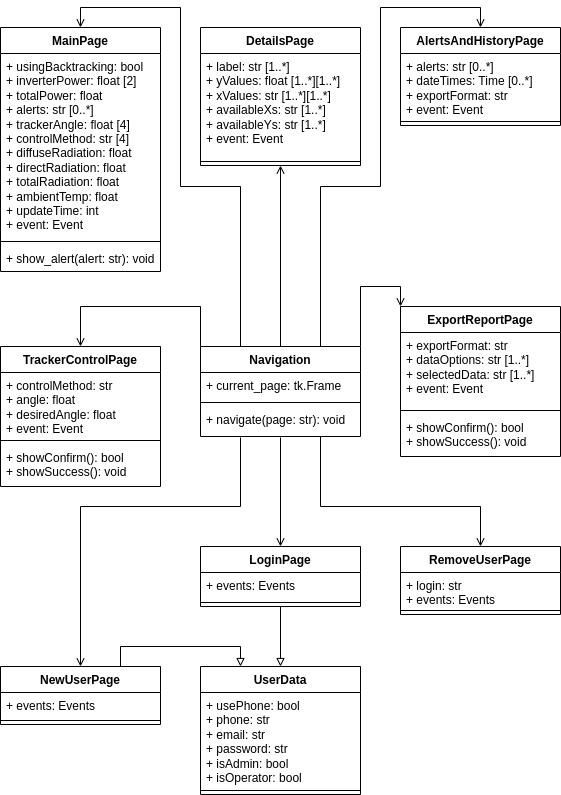
Above: diagrama de classes - view.drawio.png in jaedson-barbosa/supervisorio-solar-ufpb-docs (draw.io), before the change. Source tidied: cells renumbered, new cells last; positions are measured from the earlier drawing's top-left corner, leaving out a move shared by most shapes.
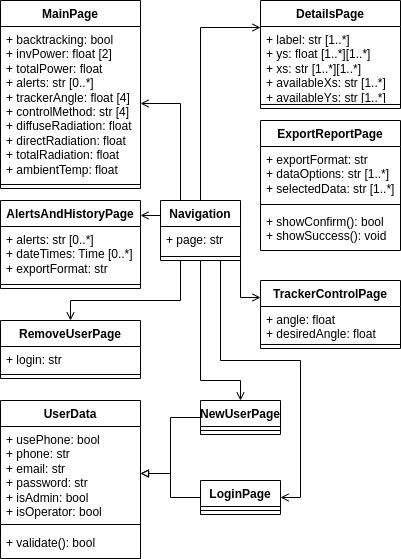
The same diagram one commit later.

What changed in the source:
```diff
@@ -2,171 +2,138 @@
   <root>
     <mxCell id="0" />
     <mxCell id="1" parent="0" />
-    <mxCell id="2" style="edgeStyle=orthogonalEdgeStyle;rounded=0;jettySize=auto;html=1;exitX=0.25;exitY=0;exitDx=0;exitDy=0;entryX=0.5;entryY=0;entryDx=0;entryDy=0;endArrow=open;endFill=0;" parent="1" edge="1" source="7" target="23">
-      <mxGeometry relative="1" as="geometry">
-        <Array as="points">
-          <mxPoint x="240" y="179" />
-          <mxPoint x="180" y="179" />
-          <mxPoint x="180" />
-          <mxPoint x="80" />
-        </Array>
-      </mxGeometry>
-    </mxCell>
-    <mxCell id="3" style="edgeStyle=orthogonalEdgeStyle;rounded=0;jettySize=auto;html=1;exitX=0.75;exitY=0;exitDx=0;exitDy=0;entryX=0.5;entryY=0;entryDx=0;entryDy=0;endArrow=open;endFill=0;" parent="1" edge="1" source="7" target="20">
-      <mxGeometry relative="1" as="geometry">
-        <Array as="points">
-          <mxPoint x="320" y="179" />
-          <mxPoint x="380" y="179" />
-          <mxPoint x="380" />
-          <mxPoint x="480" />
-        </Array>
-      </mxGeometry>
+    <mxCell id="3" style="edgeStyle=orthogonalEdgeStyle;rounded=0;jettySize=auto;html=1;exitX=0;exitY=0.25;exitDx=0;exitDy=0;entryX=1;entryY=0.17;entryDx=0;entryDy=0;entryPerimeter=0;endArrow=open;endFill=0;" parent="1" edge="1" source="7" target="20">
+      <mxGeometry relative="1" as="geometry" />
     </mxCell>
-    <mxCell id="4" style="edgeStyle=orthogonalEdgeStyle;rounded=0;jettySize=auto;html=1;exitX=0.5;exitY=0;exitDx=0;exitDy=0;entryX=0.5;entryY=1;entryDx=0;entryDy=0;endArrow=open;endFill=0;" parent="1" edge="1" source="7" target="27">
+    <mxCell id="4" style="edgeStyle=orthogonalEdgeStyle;rounded=0;jettySize=auto;html=1;exitX=0.5;exitY=0;exitDx=0;exitDy=0;entryX=0;entryY=0.25;entryDx=0;entryDy=0;endArrow=open;endFill=0;" parent="1" edge="1" source="7" target="27">
       <mxGeometry relative="1" as="geometry" />
     </mxCell>
-    <mxCell id="5" style="edgeStyle=orthogonalEdgeStyle;rounded=0;jettySize=auto;html=1;exitX=1;exitY=0;exitDx=0;exitDy=0;entryX=0;entryY=0;entryDx=0;entryDy=0;endArrow=open;endFill=0;" parent="1" edge="1" source="7" target="33">
-      <mxGeometry relative="1" as="geometry">
-        <Array as="points">
-          <mxPoint x="360" y="279" />
-          <mxPoint x="400" y="279" />
-        </Array>
-      </mxGeometry>
-    </mxCell>
+    <mxCell id="46" style="edgeStyle=orthogonalEdgeStyle;rounded=0;jettySize=auto;html=1;exitX=0.25;exitY=0;exitDx=0;exitDy=0;entryX=1;entryY=0.5;entryDx=0;entryDy=0;endArrow=open;endFill=0;" parent="1" edge="1" source="7" target="24">
+      <mxGeometry relative="1" as="geometry" />
+    </mxCell>
-    <mxCell id="6" style="edgeStyle=orthogonalEdgeStyle;rounded=0;jettySize=auto;html=1;exitX=0;exitY=0;exitDx=0;exitDy=0;entryX=0.5;entryY=0;entryDx=0;entryDy=0;endArrow=open;endFill=0;" parent="1" edge="1" source="7" target="42">
-      <mxGeometry relative="1" as="geometry">
-        <Array as="points">
-          <mxPoint x="200" y="299" />
-          <mxPoint x="80" y="299" />
-        </Array>
-      </mxGeometry>
+    <mxCell id="6" style="edgeStyle=orthogonalEdgeStyle;rounded=0;jettySize=auto;html=1;exitX=1;exitY=1;exitDx=0;exitDy=0;entryX=0;entryY=0.25;entryDx=0;entryDy=0;endArrow=open;endFill=0;" parent="1" edge="1" source="7" target="42">
+      <mxGeometry relative="1" as="geometry" />
     </mxCell>
+    <mxCell id="47" style="edgeStyle=orthogonalEdgeStyle;rounded=0;jettySize=auto;html=1;exitX=0.75;exitY=1;exitDx=0;exitDy=0;entryX=1;entryY=0.5;entryDx=0;entryDy=0;endArrow=open;endFill=0;" parent="1" edge="1" source="7" target="39">
+      <mxGeometry relative="1" as="geometry">
+        <Array as="points">
+          <mxPoint x="220" y="339" />
+          <mxPoint x="300" y="339" />
+          <mxPoint x="300" y="476" />
+        </Array>
+      </mxGeometry>
+    </mxCell>
+    <mxCell id="48" style="edgeStyle=orthogonalEdgeStyle;rounded=0;jettySize=auto;html=1;exitX=0.5;exitY=1;exitDx=0;exitDy=0;endArrow=open;endFill=0;" parent="1" edge="1" source="7" target="17">
+      <mxGeometry relative="1" as="geometry">
+        <Array as="points">
+          <mxPoint x="200" y="359" />
+          <mxPoint x="240" y="359" />
+        </Array>
+      </mxGeometry>
+    </mxCell>
+    <mxCell id="49" style="edgeStyle=orthogonalEdgeStyle;rounded=0;jettySize=auto;html=1;exitX=0.25;exitY=1;exitDx=0;exitDy=0;entryX=0.5;entryY=0;entryDx=0;entryDy=0;endArrow=open;endFill=0;" parent="1" edge="1" source="7" target="12">
+      <mxGeometry relative="1" as="geometry">
+        <Array as="points">
+          <mxPoint x="180" y="279" />
+          <mxPoint x="70" y="279" />
+        </Array>
+      </mxGeometry>
+    </mxCell>
     <mxCell id="7" value="Navigation" style="swimlane;fontStyle=1;align=center;verticalAlign=top;horizontal=1;startSize=26;whiteSpace=wrap;html=1;" parent="1" vertex="1">
-      <mxGeometry x="200" y="339" width="160" height="90" as="geometry" />
+      <mxGeometry x="160" y="179" width="80" height="60" as="geometry" />
     </mxCell>
-    <mxCell id="8" value="+ current_page: tk.Frame" style="text;strokeColor=none;fillColor=none;align=left;verticalAlign=top;spacingLeft=4;spacingRight=4;overflow=hidden;whiteSpace=wrap;html=1;" parent="7" vertex="1">
-      <mxGeometry y="26" width="160" height="26" as="geometry" />
+    <mxCell id="8" value="+ page: str" style="text;strokeColor=none;fillColor=none;align=left;verticalAlign=top;spacingLeft=4;spacingRight=4;overflow=hidden;whiteSpace=wrap;html=1;" parent="7" vertex="1">
+      <mxGeometry y="26" width="80" height="26" as="geometry" />
     </mxCell>
     <mxCell id="9" style="line;strokeWidth=1;fillColor=none;align=left;verticalAlign=middle;spacingTop=-1;spacingLeft=3;spacingRight=3;labelPosition=right;strokeColor=inherit;" parent="7" vertex="1">
-      <mxGeometry y="52" width="160" height="8" as="geometry" />
+      <mxGeometry y="52" width="80" height="8" as="geometry" />
     </mxCell>
-    <mxCell id="10" value="+ navigate(page: str): void" style="text;strokeColor=none;fillColor=none;align=left;verticalAlign=top;spacingLeft=4;spacingRight=4;overflow=hidden;points=[[0,0.5],[1,0.5]];portConstraint=eastwest;whiteSpace=wrap;html=1;" parent="7" vertex="1">
-      <mxGeometry y="60" width="160" height="30" as="geometry" />
-    </mxCell>
-    <mxCell id="11" style="edgeStyle=orthogonalEdgeStyle;rounded=0;jettySize=auto;html=1;exitX=0.5;exitY=0;exitDx=0;exitDy=0;entryX=0.75;entryY=1;entryDx=0;entryDy=0;entryPerimeter=0;endArrow=none;endFill=0;startArrow=open;startFill=0;" parent="1" edge="1" source="12" target="10">
-      <mxGeometry relative="1" as="geometry">
-        <Array as="points">
-          <mxPoint x="480" y="499" />
-          <mxPoint x="320" y="499" />
-        </Array>
-      </mxGeometry>
-    </mxCell>
     <mxCell id="12" value="RemoveUserPage" style="swimlane;fontStyle=1;align=center;verticalAlign=top;horizontal=1;startSize=26;whiteSpace=wrap;html=1;" parent="1" vertex="1">
-      <mxGeometry x="400" y="539" width="160" height="68" as="geometry" />
+      <mxGeometry y="299" width="140" height="58" as="geometry" />
     </mxCell>
-    <mxCell id="13" value="+ login: str&lt;br&gt;+ events: Events" style="text;strokeColor=none;fillColor=none;align=left;verticalAlign=top;spacingLeft=4;spacingRight=4;overflow=hidden;whiteSpace=wrap;html=1;" parent="12" vertex="1">
-      <mxGeometry y="26" width="160" height="34" as="geometry" />
+    <mxCell id="13" value="+ login: str" style="text;strokeColor=none;fillColor=none;align=left;verticalAlign=top;spacingLeft=4;spacingRight=4;overflow=hidden;whiteSpace=wrap;html=1;" parent="12" vertex="1">
+      <mxGeometry y="26" width="140" height="24" as="geometry" />
     </mxCell>
     <mxCell id="14" style="line;strokeWidth=1;fillColor=none;align=left;verticalAlign=middle;spacingTop=-1;spacingLeft=3;spacingRight=3;labelPosition=right;strokeColor=inherit;" parent="12" vertex="1">
-      <mxGeometry y="60" width="160" height="8" as="geometry" />
+      <mxGeometry y="50" width="140" height="8" as="geometry" />
     </mxCell>
-    <mxCell id="15" style="edgeStyle=orthogonalEdgeStyle;rounded=0;jettySize=auto;html=1;exitX=0.75;exitY=0;exitDx=0;exitDy=0;entryX=0.25;entryY=0;entryDx=0;entryDy=0;endArrow=block;endFill=0;" parent="1" edge="1" source="17" target="30">
-      <mxGeometry relative="1" as="geometry" />
-    </mxCell>
-    <mxCell id="16" style="edgeStyle=orthogonalEdgeStyle;rounded=0;jettySize=auto;html=1;exitX=0.5;exitY=0;exitDx=0;exitDy=0;entryX=0.25;entryY=1.033;entryDx=0;entryDy=0;entryPerimeter=0;endArrow=none;endFill=0;startArrow=open;startFill=0;" parent="1" edge="1" source="17" target="10">
-      <mxGeometry relative="1" as="geometry">
-        <Array as="points">
-          <mxPoint x="80" y="499" />
-          <mxPoint x="240" y="499" />
-        </Array>
-      </mxGeometry>
-    </mxCell>
+    <mxCell id="50" style="edgeStyle=orthogonalEdgeStyle;rounded=0;jettySize=auto;html=1;exitX=0;exitY=0.5;exitDx=0;exitDy=0;entryX=1;entryY=0.5;entryDx=0;entryDy=0;endArrow=block;endFill=0;" parent="1" edge="1" source="17" target="31">
+      <mxGeometry relative="1" as="geometry" />
+    </mxCell>
     <mxCell id="17" value="NewUserPage" style="swimlane;fontStyle=1;align=center;verticalAlign=top;horizontal=1;startSize=26;whiteSpace=wrap;html=1;" parent="1" vertex="1">
-      <mxGeometry y="659" width="160" height="58" as="geometry" />
+      <mxGeometry x="200" y="379" width="80" height="34" as="geometry" />
     </mxCell>
-    <mxCell id="18" value="+ events: Events" style="text;strokeColor=none;fillColor=none;align=left;verticalAlign=top;spacingLeft=4;spacingRight=4;overflow=hidden;whiteSpace=wrap;html=1;" parent="17" vertex="1">
-      <mxGeometry y="26" width="160" height="24" as="geometry" />
-    </mxCell>
     <mxCell id="19" style="line;strokeWidth=1;fillColor=none;align=left;verticalAlign=middle;spacingTop=-1;spacingLeft=3;spacingRight=3;labelPosition=right;strokeColor=inherit;" parent="17" vertex="1">
-      <mxGeometry y="50" width="160" height="8" as="geometry" />
+      <mxGeometry y="26" width="80" height="8" as="geometry" />
     </mxCell>
     <mxCell id="20" value="AlertsAndHistoryPage" style="swimlane;fontStyle=1;align=center;verticalAlign=top;horizontal=1;startSize=26;whiteSpace=wrap;html=1;" parent="1" vertex="1">
-      <mxGeometry x="400" y="20" width="160" height="98" as="geometry" />
+      <mxGeometry y="179" width="140" height="88" as="geometry" />
     </mxCell>
-    <mxCell id="21" value="+ alerts: str [0..*]&lt;br&gt;+ dateTimes: Time [0..*]&lt;br&gt;+ exportFormat: str&lt;br&gt;+ event: Event" style="text;strokeColor=none;fillColor=none;align=left;verticalAlign=top;spacingLeft=4;spacingRight=4;overflow=hidden;whiteSpace=wrap;html=1;" parent="20" vertex="1">
-      <mxGeometry y="26" width="160" height="64" as="geometry" />
+    <mxCell id="21" value="+ alerts: str [0..*]&lt;br&gt;+ dateTimes: Time [0..*]&lt;br&gt;+ exportFormat: str" style="text;strokeColor=none;fillColor=none;align=left;verticalAlign=top;spacingLeft=4;spacingRight=4;overflow=hidden;whiteSpace=wrap;html=1;" parent="20" vertex="1">
+      <mxGeometry y="26" width="140" height="54" as="geometry" />
     </mxCell>
     <mxCell id="22" style="line;strokeWidth=1;fillColor=none;align=left;verticalAlign=middle;spacingTop=-1;spacingLeft=3;spacingRight=3;labelPosition=right;strokeColor=inherit;" parent="20" vertex="1">
-      <mxGeometry y="90" width="160" height="8" as="geometry" />
+      <mxGeometry y="80" width="140" height="8" as="geometry" />
     </mxCell>
     <mxCell id="23" value="MainPage" style="swimlane;fontStyle=1;align=center;verticalAlign=top;horizontal=1;startSize=26;whiteSpace=wrap;html=1;" parent="1" vertex="1">
-      <mxGeometry y="20" width="160" height="244" as="geometry" />
+      <mxGeometry y="-21" width="140" height="188" as="geometry" />
     </mxCell>
-    <mxCell id="24" value="+ usingBacktracking: bool&lt;br&gt;+ inverterPower: float [2]&lt;br&gt;+ totalPower: float&lt;br&gt;+ alerts: str [0..*]&lt;br&gt;+ trackerAngle: float [4]&lt;br&gt;+ controlMethod: str [4]&lt;br&gt;+ diffuseRadiation: float&lt;br&gt;+ directRadiation: float&lt;br&gt;+ totalRadiation: float&lt;br&gt;+&amp;nbsp;ambientTemp: float&lt;br&gt;+ updateTime: int&lt;br&gt;+ event: Event" style="text;strokeColor=none;fillColor=none;align=left;verticalAlign=top;spacingLeft=4;spacingRight=4;overflow=hidden;points=[[0,0.5],[1,0.5]];portConstraint=eastwest;whiteSpace=wrap;html=1;" parent="23" vertex="1">
-      <mxGeometry y="26" width="160" height="184" as="geometry" />
+    <mxCell id="24" value="+ backtracking: bool&lt;br&gt;+ invPower: float [2]&lt;br&gt;+ totalPower: float&lt;br&gt;+ alerts: str [0..*]&lt;br&gt;+ trackerAngle: float [4]&lt;br&gt;+ controlMethod: str [4]&lt;br&gt;+ diffuseRadiation: float&lt;br&gt;+ directRadiation: float&lt;br&gt;+ totalRadiation: float&lt;br&gt;+&amp;nbsp;ambientTemp: float" style="text;strokeColor=none;fillColor=none;align=left;verticalAlign=top;spacingLeft=4;spacingRight=4;overflow=hidden;points=[[0,0.5],[1,0.5]];portConstraint=eastwest;whiteSpace=wrap;html=1;" parent="23" vertex="1">
+      <mxGeometry y="26" width="140" height="154" as="geometry" />
     </mxCell>
     <mxCell id="25" style="line;strokeWidth=1;fillColor=none;align=left;verticalAlign=middle;spacingTop=-1;spacingLeft=3;spacingRight=3;labelPosition=right;strokeColor=inherit;" parent="23" vertex="1">
-      <mxGeometry y="210" width="160" height="8" as="geometry" />
+      <mxGeometry y="180" width="140" height="8" as="geometry" />
     </mxCell>
-    <mxCell id="26" value="+ show_alert(alert: str): void" style="text;strokeColor=none;fillColor=none;align=left;verticalAlign=top;spacingLeft=4;spacingRight=4;overflow=hidden;whiteSpace=wrap;html=1;" parent="23" vertex="1">
-      <mxGeometry y="218" width="160" height="26" as="geometry" />
-    </mxCell>
     <mxCell id="27" value="DetailsPage" style="swimlane;fontStyle=1;align=center;verticalAlign=top;horizontal=1;startSize=26;whiteSpace=wrap;html=1;" parent="1" vertex="1">
-      <mxGeometry x="200" y="20" width="160" height="138" as="geometry" />
+      <mxGeometry x="260" y="-21" width="140" height="108" as="geometry" />
     </mxCell>
-    <mxCell id="28" value="+ label: str [1..*]&lt;br&gt;+ yValues: float [1..*][1..*]&lt;br&gt;+ xValues: str [1..*][1..*]&lt;br&gt;+ availableXs: str [1..*]&lt;br&gt;+ availableYs: str [1..*]&lt;br&gt;+ event: Event" style="text;strokeColor=none;fillColor=none;align=left;verticalAlign=top;spacingLeft=4;spacingRight=4;overflow=hidden;whiteSpace=wrap;html=1;" parent="27" vertex="1">
-      <mxGeometry y="26" width="160" height="104" as="geometry" />
+    <mxCell id="28" value="+ label: str [1..*]&lt;br&gt;+ ys: float [1..*][1..*]&lt;br&gt;+ xs: str [1..*][1..*]&lt;br&gt;+ availableXs: str [1..*]&lt;br&gt;+ availableYs: str [1..*]" style="text;strokeColor=none;fillColor=none;align=left;verticalAlign=top;spacingLeft=4;spacingRight=4;overflow=hidden;whiteSpace=wrap;html=1;" parent="27" vertex="1">
+      <mxGeometry y="26" width="140" height="74" as="geometry" />
     </mxCell>
     <mxCell id="29" style="line;strokeWidth=1;fillColor=none;align=left;verticalAlign=middle;spacingTop=-1;spacingLeft=3;spacingRight=3;labelPosition=right;strokeColor=inherit;" parent="27" vertex="1">
-      <mxGeometry y="130" width="160" height="8" as="geometry" />
+      <mxGeometry y="100" width="140" height="8" as="geometry" />
     </mxCell>
     <mxCell id="30" value="UserData" style="swimlane;fontStyle=1;align=center;verticalAlign=top;horizontal=1;startSize=26;whiteSpace=wrap;html=1;" parent="1" vertex="1">
-      <mxGeometry x="200" y="659" width="160" height="128" as="geometry" />
+      <mxGeometry y="379" width="140" height="158" as="geometry" />
     </mxCell>
     <mxCell id="31" value="+ usePhone: bool&lt;br style=&quot;border-color: var(--border-color);&quot;&gt;+ phone: str&lt;br style=&quot;border-color: var(--border-color);&quot;&gt;+ email: str&lt;br style=&quot;border-color: var(--border-color);&quot;&gt;+ password: str&lt;br&gt;+ isAdmin: bool&lt;br&gt;+ isOperator: bool" style="text;strokeColor=none;fillColor=none;align=left;verticalAlign=top;spacingLeft=4;spacingRight=4;overflow=hidden;points=[[0,0.5],[1,0.5]];portConstraint=eastwest;whiteSpace=wrap;html=1;" parent="30" vertex="1">
-      <mxGeometry y="26" width="160" height="94" as="geometry" />
+      <mxGeometry y="26" width="140" height="94" as="geometry" />
     </mxCell>
     <mxCell id="32" style="line;strokeWidth=1;fillColor=none;align=left;verticalAlign=middle;spacingTop=-1;spacingLeft=3;spacingRight=3;labelPosition=right;strokeColor=inherit;" parent="30" vertex="1">
-      <mxGeometry y="120" width="160" height="8" as="geometry" />
+      <mxGeometry y="120" width="140" height="8" as="geometry" />
     </mxCell>
+    <mxCell id="51" value="+ validate(): bool" style="text;html=1;align=left;verticalAlign=middle;strokeColor=none;fillColor=none;spacingLeft=4;spacingRight=4;" parent="30" vertex="1">
+      <mxGeometry y="128" width="140" height="30" as="geometry" />
+    </mxCell>
     <mxCell id="33" value="ExportReportPage" style="swimlane;fontStyle=1;align=center;verticalAlign=top;horizontal=1;startSize=26;whiteSpace=wrap;html=1;" parent="1" vertex="1">
-      <mxGeometry x="400" y="299" width="160" height="150" as="geometry" />
+      <mxGeometry x="260" y="99" width="140" height="130" as="geometry" />
     </mxCell>
-    <mxCell id="34" value="+ exportFormat: str&lt;br&gt;+ dataOptions: str [1..*]&lt;br&gt;+ selectedData: str [1..*]&lt;br&gt;+ event: Event" style="text;strokeColor=none;fillColor=none;align=left;verticalAlign=top;spacingLeft=4;spacingRight=4;overflow=hidden;whiteSpace=wrap;html=1;" parent="33" vertex="1">
-      <mxGeometry y="26" width="160" height="74" as="geometry" />
+    <mxCell id="34" value="+ exportFormat: str&lt;br&gt;+ dataOptions: str [1..*]&lt;br&gt;+ selectedData: str [1..*]" style="text;strokeColor=none;fillColor=none;align=left;verticalAlign=top;spacingLeft=4;spacingRight=4;overflow=hidden;whiteSpace=wrap;html=1;" parent="33" vertex="1">
+      <mxGeometry y="26" width="140" height="54" as="geometry" />
     </mxCell>
     <mxCell id="35" style="line;strokeWidth=1;fillColor=none;align=left;verticalAlign=middle;spacingTop=-1;spacingLeft=3;spacingRight=3;labelPosition=right;strokeColor=inherit;" parent="33" vertex="1">
-      <mxGeometry y="100" width="160" height="8" as="geometry" />
+      <mxGeometry y="80" width="140" height="8" as="geometry" />
     </mxCell>
     <mxCell id="36" value="+ showConfirm(): bool&lt;br&gt;+ showSuccess(): void" style="text;strokeColor=none;fillColor=none;align=left;verticalAlign=top;spacingLeft=4;spacingRight=4;overflow=hidden;whiteSpace=wrap;html=1;" parent="33" vertex="1">
-      <mxGeometry y="108" width="160" height="42" as="geometry" />
+      <mxGeometry y="88" width="140" height="42" as="geometry" />
     </mxCell>
-    <mxCell id="37" style="edgeStyle=orthogonalEdgeStyle;rounded=0;jettySize=auto;html=1;exitX=0.5;exitY=1;exitDx=0;exitDy=0;entryX=0.5;entryY=0;entryDx=0;entryDy=0;endArrow=block;endFill=0;" parent="1" edge="1" source="39" target="30">
-      <mxGeometry relative="1" as="geometry" />
-    </mxCell>
-    <mxCell id="38" style="edgeStyle=orthogonalEdgeStyle;rounded=0;jettySize=auto;html=1;exitX=0.5;exitY=0;exitDx=0;exitDy=0;entryX=0.5;entryY=1.033;entryDx=0;entryDy=0;entryPerimeter=0;endArrow=none;endFill=0;startArrow=open;startFill=0;" parent="1" edge="1" source="39" target="10">
-      <mxGeometry relative="1" as="geometry" />
-    </mxCell>
+    <mxCell id="52" style="edgeStyle=orthogonalEdgeStyle;rounded=0;jettySize=auto;html=1;exitX=0;exitY=0.5;exitDx=0;exitDy=0;entryX=1;entryY=0.5;entryDx=0;entryDy=0;endArrow=block;endFill=0;" parent="1" edge="1" source="39" target="31">
+      <mxGeometry relative="1" as="geometry" />
+    </mxCell>
     <mxCell id="39" value="LoginPage" style="swimlane;fontStyle=1;align=center;verticalAlign=top;horizontal=1;startSize=26;whiteSpace=wrap;html=1;" parent="1" vertex="1">
-      <mxGeometry x="200" y="539" width="160" height="60" as="geometry" />
+      <mxGeometry x="200" y="459" width="80" height="34" as="geometry" />
     </mxCell>
-    <mxCell id="40" value="+ events: Events" style="text;strokeColor=none;fillColor=none;align=left;verticalAlign=top;spacingLeft=4;spacingRight=4;overflow=hidden;whiteSpace=wrap;html=1;" parent="39" vertex="1">
-      <mxGeometry y="26" width="160" height="26" as="geometry" />
-    </mxCell>
     <mxCell id="41" style="line;strokeWidth=1;fillColor=none;align=left;verticalAlign=middle;spacingTop=-1;spacingLeft=3;spacingRight=3;labelPosition=right;strokeColor=inherit;" parent="39" vertex="1">
-      <mxGeometry y="52" width="160" height="8" as="geometry" />
+      <mxGeometry y="26" width="80" height="8" as="geometry" />
     </mxCell>
     <mxCell id="42" value="TrackerControlPage" style="swimlane;fontStyle=1;align=center;verticalAlign=top;horizontal=1;startSize=26;whiteSpace=wrap;html=1;" parent="1" vertex="1">
-      <mxGeometry y="339" width="160" height="140" as="geometry" />
+      <mxGeometry x="260" y="259" width="140" height="68" as="geometry" />
     </mxCell>
-    <mxCell id="43" value="+ controlMethod: str&lt;br&gt;+ angle: float&lt;br&gt;+ desiredAngle: float&lt;br&gt;+ event: Event" style="text;strokeColor=none;fillColor=none;align=left;verticalAlign=top;spacingLeft=4;spacingRight=4;overflow=hidden;whiteSpace=wrap;html=1;" parent="42" vertex="1">
-      <mxGeometry y="26" width="160" height="64" as="geometry" />
+    <mxCell id="43" value="+ angle: float&lt;br&gt;+ desiredAngle: float" style="text;strokeColor=none;fillColor=none;align=left;verticalAlign=top;spacingLeft=4;spacingRight=4;overflow=hidden;whiteSpace=wrap;html=1;" parent="42" vertex="1">
+      <mxGeometry y="26" width="140" height="34" as="geometry" />
     </mxCell>
     <mxCell id="44" style="line;strokeWidth=1;fillColor=none;align=left;verticalAlign=middle;spacingTop=-1;spacingLeft=3;spacingRight=3;labelPosition=right;strokeColor=inherit;" parent="42" vertex="1">
-      <mxGeometry y="90" width="160" height="8" as="geometry" />
+      <mxGeometry y="60" width="140" height="8" as="geometry" />
     </mxCell>
-    <mxCell id="45" value="+ showConfirm(): bool&lt;br&gt;+ showSuccess(): void" style="text;strokeColor=none;fillColor=none;align=left;verticalAlign=top;spacingLeft=4;spacingRight=4;overflow=hidden;whiteSpace=wrap;html=1;" parent="42" vertex="1">
-      <mxGeometry y="98" width="160" height="42" as="geometry" />
-    </mxCell>
   </root>
 </mxGraphModel>
```
